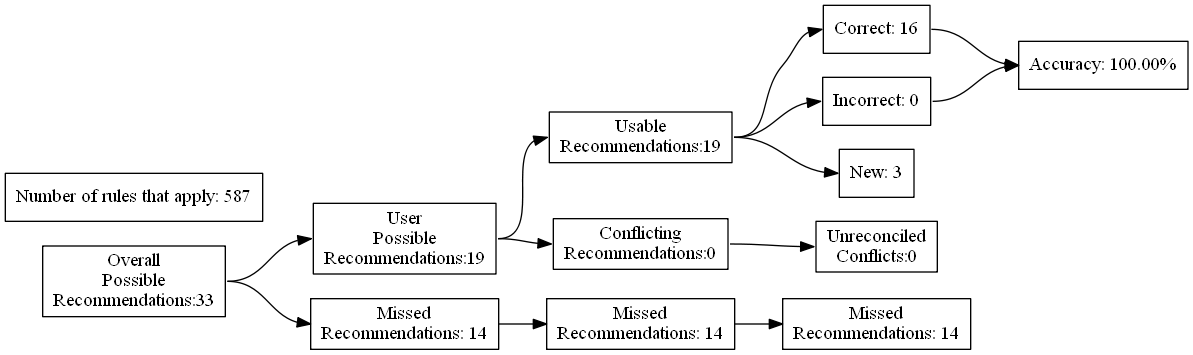
Before: test_renders/57.gv.png, a diagram exported from Graphviz (ZaxR/ibd_diet_analysis). Its source is kept beside it as test_renders/57.gv.
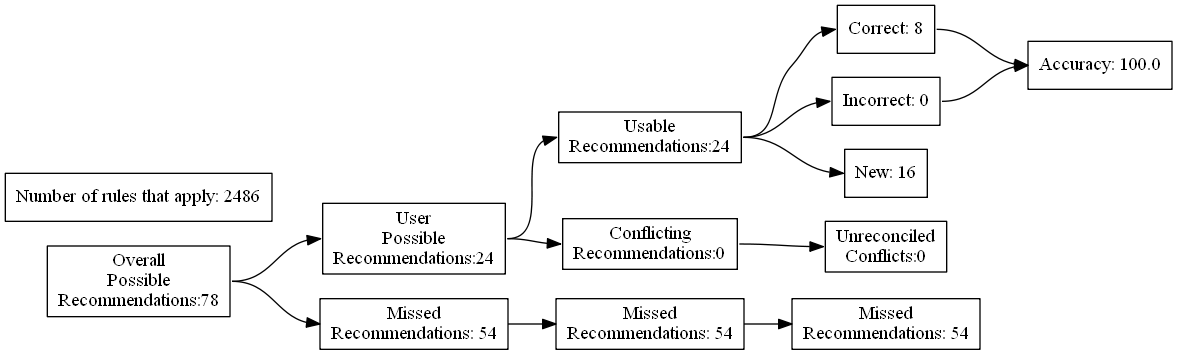
The same diagram one commit later.

The edit, as a diff of the source:
```diff
@@ -4,27 +4,27 @@
 	edge [headport=w tailport=e]
 		A [label="Overall
 Possible
-Recommendations:33"]
+Recommendations:78"]
 		B [label="User
 Possible
-Recommendations:19"]
+Recommendations:24"]
 		C [label="Missed
-Recommendations: 14"]
+Recommendations: 54"]
 		D [label="Usable
-Recommendations:19"]
+Recommendations:24"]
 		E [label="Conflicting
 Recommendations:0"]
 		J [label="Missed
-Recommendations: 14"]
+Recommendations: 54"]
 		M [label="Unreconciled
 Conflicts:0"]
-		F [label="Correct: 16"]
+		F [label="Correct: 8"]
 		G [label="Incorrect: 0"]
-		H [label="New: 3"]
+		H [label="New: 16"]
 		K [label="Missed
-Recommendations: 14"]
-		I [label="Accuracy: 100.00%"]
-		l [label="Number of rules that apply: 587"]
+Recommendations: 54"]
+		I [label="Accuracy: 100.0"]
+		l [label="Number of rules that apply: 2486"]
 			A -> B
 			A -> C
 			B -> D
```
